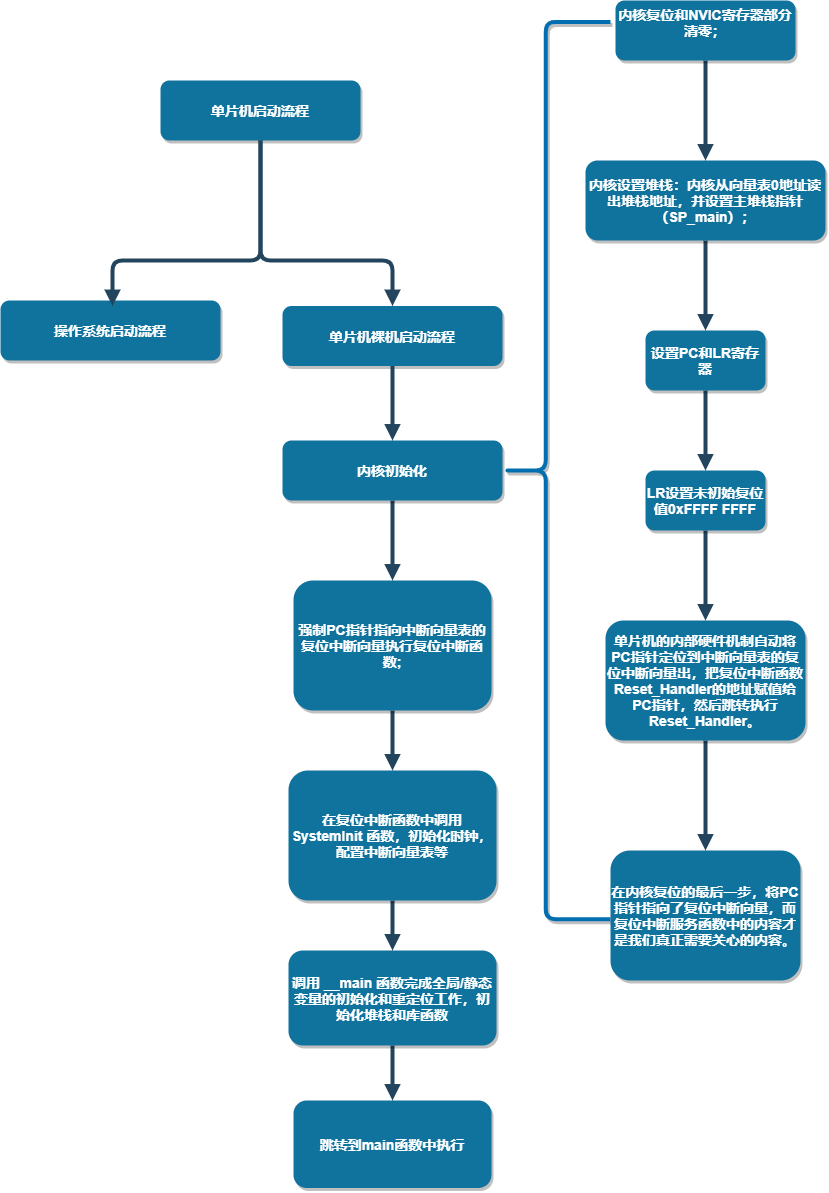
Above: 启动流程.png in chenxi123-byte/51-Single-chip (draw.io), before the change. Source tidied: cells renumbered, new cells last; positions are measured from the earlier drawing's top-left corner, leaving out a move shared by most shapes.
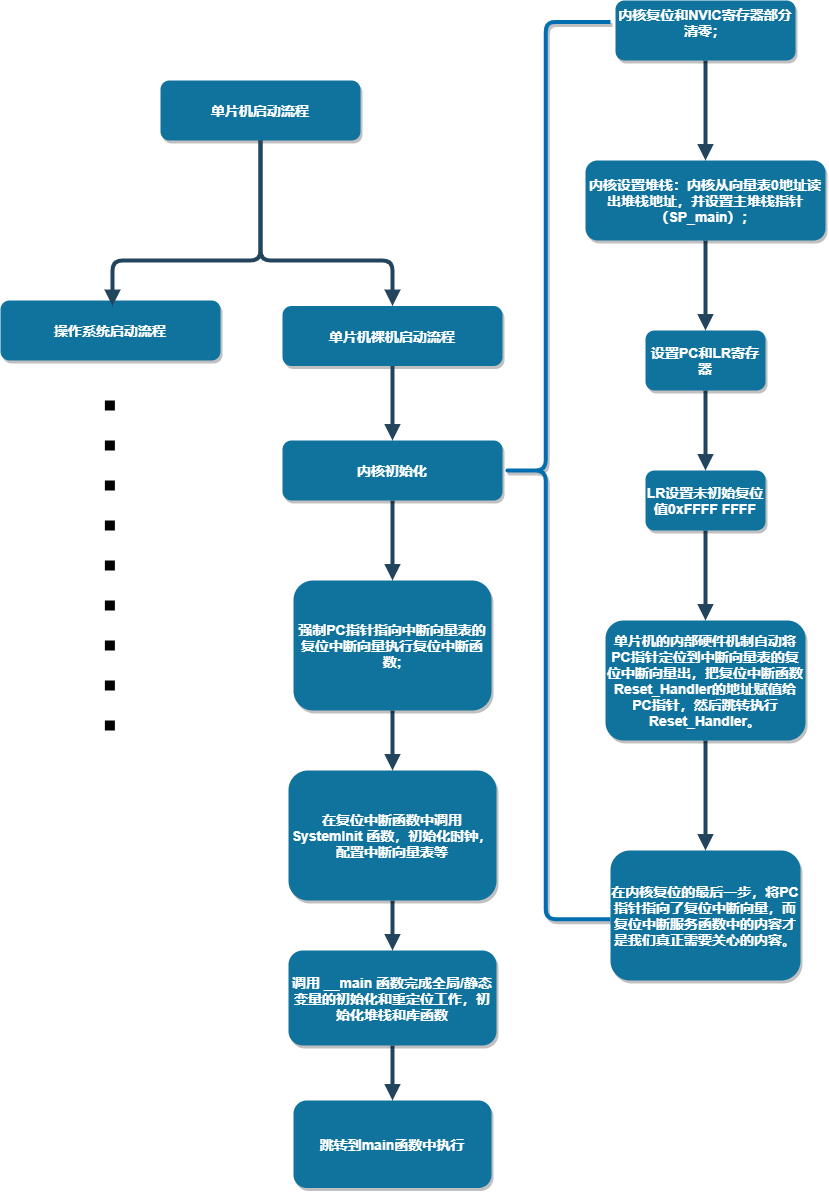
After the commit.

What changed in the source:
```diff
@@ -104,5 +104,11 @@
     <mxCell id="28" value="跳转到main函数中执行" style="whiteSpace=wrap;html=1;fontSize=14;fillColor=#10739E;strokeColor=none;fontColor=#FFFFFF;rounded=1;shadow=1;gradientColor=none;fontStyle=1;" parent="1" vertex="1">
       <mxGeometry x="293" y="1100" width="198" height="87.5" as="geometry" />
     </mxCell>
+    <mxCell id="29" style="endArrow=none;dashed=1;html=1;dashPattern=1 3;strokeWidth=10;rounded=1;labelBackgroundColor=default;fontFamily=Helvetica;fontSize=100;fontColor=default;shape=connector;elbow=vertical;" parent="1" edge="1">
+      <mxGeometry relative="1" as="geometry">
+        <mxPoint x="109.4" y="730" as="sourcePoint" />
+        <mxPoint x="109.4" y="390" as="targetPoint" />
+      </mxGeometry>
+    </mxCell>
   </root>
 </mxGraphModel>
```
